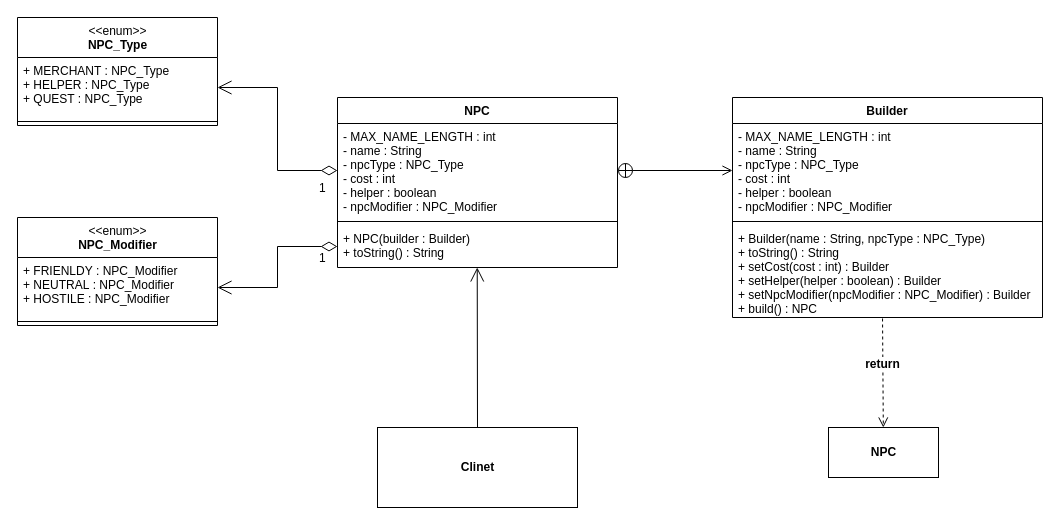
Earlier version of the draw.io diagram app/src/main/resources/builder/Builder_Pattern.drawio (jongHyeon0000/DesignPattern-example). Source tidied: cells renumbered, new cells numbered last; positions are measured from the earlier drawing's top-left corner, leaving out a move shared by most shapes. Both pictures are drawn from the tidied source at 100%, with x=0, y=0 at pixel (17, 17).
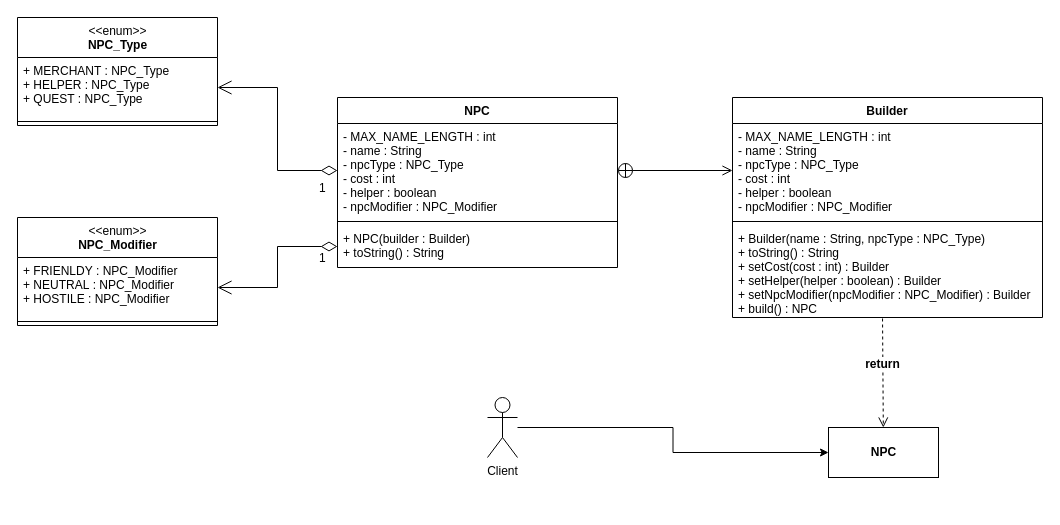
Above is the later version.

Unchanged cells that the change refers to:
```xml
<mxCell id="5" value="+ NPC(builder : Builder)&#10;+ toString() : String" style="text;strokeColor=none;fillColor=none;align=left;verticalAlign=top;spacingLeft=4;spacingRight=4;overflow=hidden;points=[[0,0.5],[1,0.5]];portConstraint=eastwest;" parent="2" vertex="1">
  <mxGeometry y="128" width="280" height="42" as="geometry" />
</mxCell>
<mxCell id="14" value="&lt;b&gt;NPC&lt;/b&gt;" style="html=1;fontSize=12;" parent="1" vertex="1">
  <mxGeometry x="811" y="410" width="110" height="50" as="geometry" />
</mxCell>
```

The edit, as a diff of the source:
```diff
@@
-    <mxCell id="11" value="&lt;b&gt;Clinet&lt;/b&gt;" style="html=1;" parent="1" vertex="1">
-      <mxGeometry x="360" y="410" width="200" height="80" as="geometry" />
-    </mxCell>
-    <mxCell id="12" style="endArrow=open;endFill=1;endSize=12;html=1;rounded=0;exitX=0.5;exitY=0;exitDx=0;exitDy=0;entryX=0.499;entryY=0.999;entryDx=0;entryDy=0;entryPerimeter=0;" parent="1" edge="1" source="11" target="5">
-      <mxGeometry relative="1" as="geometry" />
-    </mxCell>
@@
+    <mxCell id="23" style="edgeStyle=orthogonalEdgeStyle;rounded=0;jettySize=auto;html=1;entryX=0;entryY=0.5;entryDx=0;entryDy=0;" parent="1" edge="1" source="24" target="14">
+      <mxGeometry relative="1" as="geometry" />
+    </mxCell>
+    <mxCell id="24" value="Client" style="shape=umlActor;verticalLabelPosition=bottom;verticalAlign=top;html=1;outlineConnect=0;" parent="1" vertex="1">
+      <mxGeometry x="470" y="380" width="30" height="60" as="geometry" />
+    </mxCell>
```
